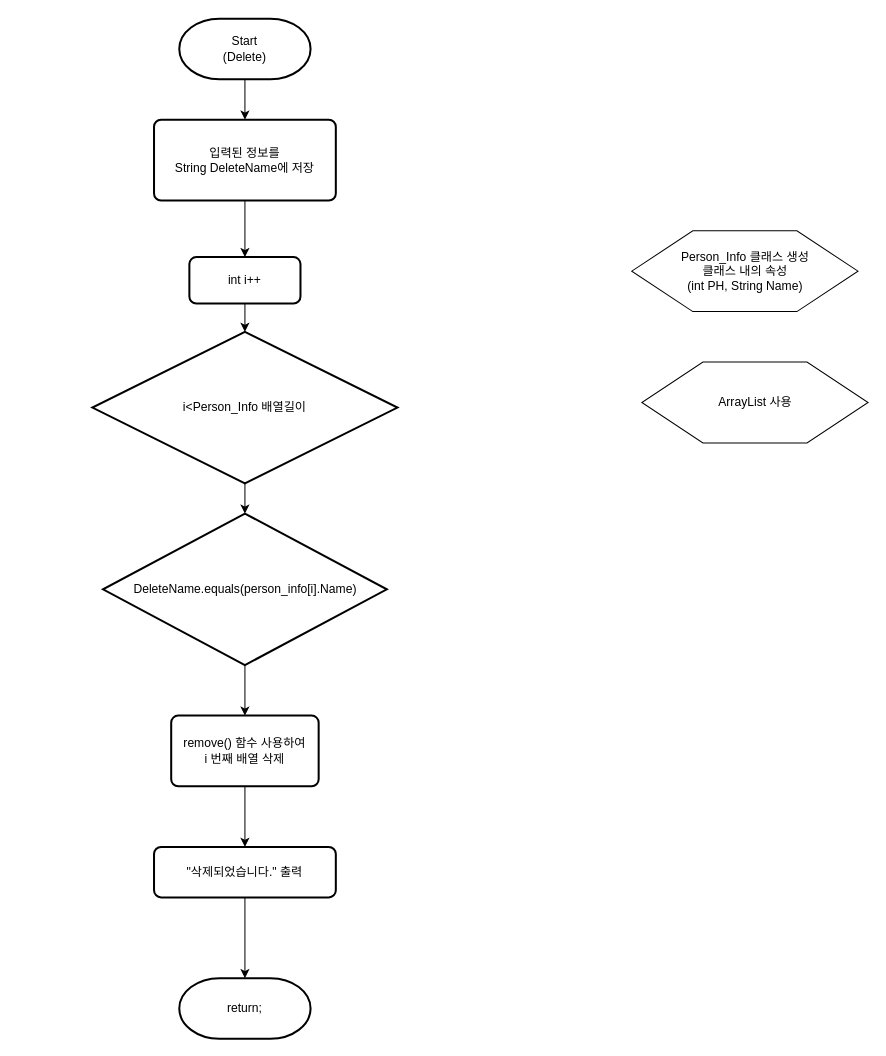
This is 순서도/Delete 기능_java.drawio from skatld123/PH_list_java, a draw.io file, before an edit. Source tidied: cells renumbered, new cells numbered last; positions are measured from the earlier drawing's top-left corner, leaving out a move shared by most shapes. Both pictures are drawn from the tidied source at 101%, with x=0, y=0 at pixel (92, 18).
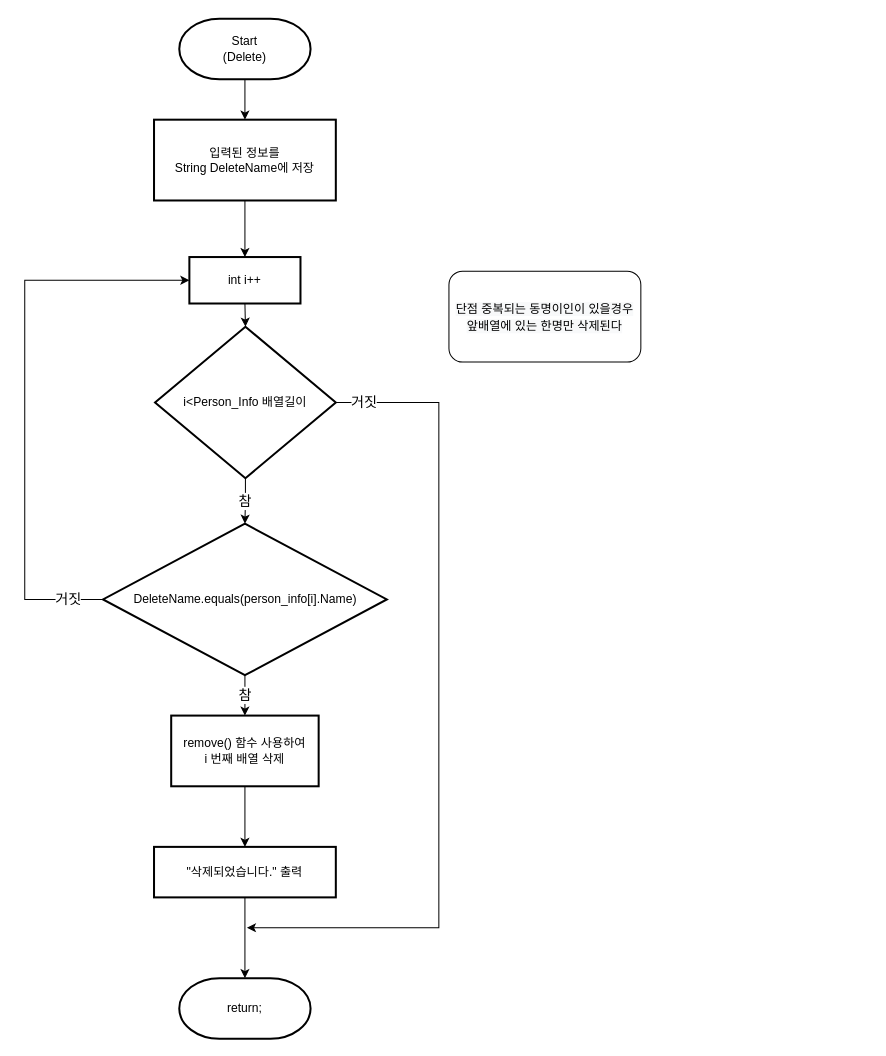
After the change.

Commit message (it also covers changes not shown here):
Delete 기능_java.drawio 업데이트

Diff of the diagram source:
```diff
@@
-    <mxCell id="3" value="remove() 함수 사용하여 &lt;br&gt;i 번째 배열 삭제" style="rounded=1;whiteSpace=wrap;html=1;absoluteArcSize=1;arcSize=14;strokeWidth=2;align=center;" parent="1" vertex="1">
+    <mxCell id="3" value="remove() 함수 사용하여 &lt;br&gt;i 번째 배열 삭제" style="rounded=1;whiteSpace=wrap;html=1;absoluteArcSize=1;arcSize=0;strokeWidth=2;align=center;" parent="1" vertex="1">
       <mxGeometry x="78" y="690" width="146" height="70" as="geometry" />
     </mxCell>
@@
-    <mxCell id="6" style="edgeStyle=orthogonalEdgeStyle;rounded=0;jettySize=auto;html=1;exitX=0.5;exitY=1;exitDx=0;exitDy=0;exitPerimeter=0;entryX=0.5;entryY=0;entryDx=0;entryDy=0;entryPerimeter=0;" parent="1" edge="1" source="7" target="16">
+    <mxCell id="6" value="참" style="edgeStyle=orthogonalEdgeStyle;rounded=0;jettySize=auto;html=1;exitX=0.5;exitY=1;exitDx=0;exitDy=0;exitPerimeter=0;entryX=0.5;entryY=0;entryDx=0;entryDy=0;entryPerimeter=0;fontSize=14;" parent="1" edge="1" source="7" target="16">
       <mxGeometry relative="1" as="geometry" />
     </mxCell>
+    <mxCell id="19" value="거짓" style="edgeStyle=orthogonalEdgeStyle;rounded=0;jettySize=auto;html=1;exitX=1;exitY=0.5;exitDx=0;exitDy=0;exitPerimeter=0;fontSize=14;" parent="1" edge="1" source="7">
+      <mxGeometry x="-0.93" relative="1" as="geometry">
+        <mxPoint x="153" y="900" as="targetPoint" />
+        <Array as="points">
+          <mxPoint x="343" y="380" />
+          <mxPoint x="343" y="900" />
+        </Array>
+      </mxGeometry>
+    </mxCell>
     <mxCell id="7" value="i&amp;lt;Person_Info 배열길이" style="strokeWidth=2;html=1;shape=mxgraph.flowchart.decision;whiteSpace=wrap;" parent="1" vertex="1">
-      <mxGeometry y="310" width="302" height="150" as="geometry" />
+      <mxGeometry x="62" y="305" width="179" height="150" as="geometry" />
     </mxCell>
-    <mxCell id="8" value="Person_Info 클래스 생성&lt;br&gt;클래스 내의 속성&lt;br&gt;(int PH, String Name)" style="verticalLabelPosition=middle;verticalAlign=middle;html=1;shape=hexagon;perimeter=hexagonPerimeter2;arcSize=6;size=0.27;labelPosition=center;align=center;" parent="1" vertex="1">
-      <mxGeometry x="534" y="210" width="224" height="80" as="geometry" />
-    </mxCell>
@@
-    <mxCell id="11" value="&quot;삭제되었습니다.&quot; 출력" style="rounded=1;whiteSpace=wrap;html=1;absoluteArcSize=1;arcSize=14;strokeWidth=2;" parent="1" vertex="1">
+    <mxCell id="11" value="&quot;삭제되었습니다.&quot; 출력" style="rounded=1;whiteSpace=wrap;html=1;absoluteArcSize=1;arcSize=0;strokeWidth=2;" parent="1" vertex="1">
       <mxGeometry x="61" y="820" width="180" height="50" as="geometry" />
     </mxCell>
-    <mxCell id="12" value="ArrayList 사용" style="verticalLabelPosition=middle;verticalAlign=middle;html=1;shape=hexagon;perimeter=hexagonPerimeter2;arcSize=6;size=0.27;labelPosition=center;align=center;" parent="1" vertex="1">
-      <mxGeometry x="544" y="340" width="224" height="80" as="geometry" />
-    </mxCell>
@@
-    <mxCell id="14" value="int i++" style="rounded=1;whiteSpace=wrap;html=1;absoluteArcSize=1;arcSize=14;strokeWidth=2;" parent="1" vertex="1">
+    <mxCell id="14" value="int i++" style="rounded=1;whiteSpace=wrap;html=1;absoluteArcSize=1;arcSize=0;strokeWidth=2;" parent="1" vertex="1">
       <mxGeometry x="96" y="236" width="110" height="46" as="geometry" />
     </mxCell>
-    <mxCell id="15" style="edgeStyle=orthogonalEdgeStyle;rounded=0;jettySize=auto;html=1;exitX=0.5;exitY=1;exitDx=0;exitDy=0;exitPerimeter=0;entryX=0.5;entryY=0;entryDx=0;entryDy=0;" parent="1" edge="1" source="16" target="3">
+    <mxCell id="15" value="참" style="edgeStyle=orthogonalEdgeStyle;rounded=0;jettySize=auto;html=1;exitX=0.5;exitY=1;exitDx=0;exitDy=0;exitPerimeter=0;entryX=0.5;entryY=0;entryDx=0;entryDy=0;fontSize=14;" parent="1" edge="1" source="16" target="3">
       <mxGeometry relative="1" as="geometry" />
     </mxCell>
+    <mxCell id="20" value="거짓" style="edgeStyle=orthogonalEdgeStyle;rounded=0;jettySize=auto;html=1;exitX=0;exitY=0.5;exitDx=0;exitDy=0;exitPerimeter=0;entryX=0;entryY=0.5;entryDx=0;entryDy=0;fontSize=14;" parent="1" edge="1" source="16" target="14">
+      <mxGeometry x="-0.87" relative="1" as="geometry">
+        <Array as="points">
+          <mxPoint x="-67" y="575" />
+          <mxPoint x="-67" y="259" />
+        </Array>
+        <mxPoint x="1" as="offset" />
+      </mxGeometry>
+    </mxCell>
     <mxCell id="16" value="&lt;span&gt;DeleteName.equals(person_info[i].Name)&lt;/span&gt;" style="strokeWidth=2;html=1;shape=mxgraph.flowchart.decision;whiteSpace=wrap;" parent="1" vertex="1">
-      <mxGeometry x="10.5" y="490" width="281" height="150" as="geometry" />
+      <mxGeometry x="10.5" y="500" width="281" height="150" as="geometry" />
     </mxCell>
@@
-    <mxCell id="18" value="입력된 정보를 &lt;br&gt;String DeleteName에 저장" style="rounded=1;whiteSpace=wrap;html=1;absoluteArcSize=1;arcSize=14;strokeWidth=2;" parent="1" vertex="1">
+    <mxCell id="18" value="입력된 정보를 &lt;br&gt;String DeleteName에 저장" style="rounded=1;whiteSpace=wrap;html=1;absoluteArcSize=1;arcSize=0;strokeWidth=2;" parent="1" vertex="1">
       <mxGeometry x="61" y="100" width="180" height="80" as="geometry" />
     </mxCell>
+    <mxCell id="21" value="&#10;&#10;&lt;span style=&quot;color: rgb(0, 0, 0); font-family: helvetica; font-size: 12px; font-style: normal; font-weight: 400; letter-spacing: normal; text-align: center; text-indent: 0px; text-transform: none; word-spacing: 0px; background-color: rgb(248, 249, 250); display: inline; float: none;&quot;&gt;단점 중복되는 동명이인이 있을경우 앞배열에 있는 한명만 삭제된다&lt;/span&gt;&#10;&#10;" style="rounded=1;whiteSpace=wrap;html=1;fontSize=14;" parent="1" vertex="1">
+      <mxGeometry x="353" y="250" width="190" height="90" as="geometry" />
+    </mxCell>
```
